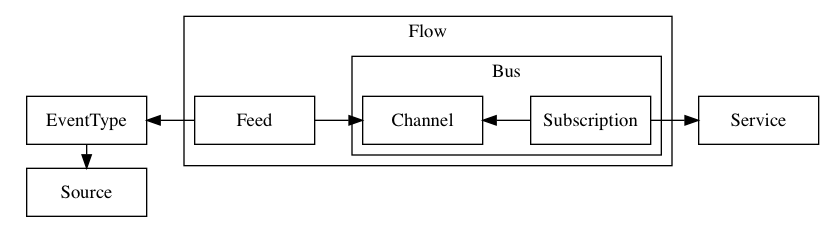
Before: docs/spec/images/overview-reference.png, a diagram exported from Graphviz (knative/eventing). Its source is kept beside it as docs/spec/images/overview-reference.dot.
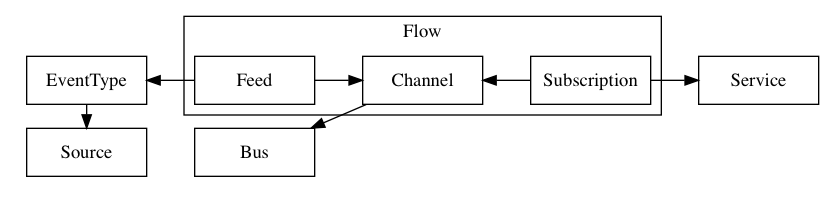
After the commit.

Change to the diagram source:
```diff
@@ -7,17 +7,13 @@
   subgraph cluster_A {
     Source -> EventType [dir=back];
     color=white;
-    {rank = same; Source; EventType}
+    {rank = same; Source; EventType;}
   }
 
   subgraph cluster_C {
     Feed;
-    subgraph cluster_B {
-      Channel
-      Subscription;
-      label = "Bus";
-      color=black;
-    }
+    Channel
+    Subscription;
     label = "Flow";
   }
   EventType -> Feed [dir=back];
@@ -26,5 +22,7 @@
   Subscription -> Service;
   Channel -> Subscription [dir=back];
 
+  Bus -> Channel [dir=back];
+
   {rank = max; Service;}
 }
```
